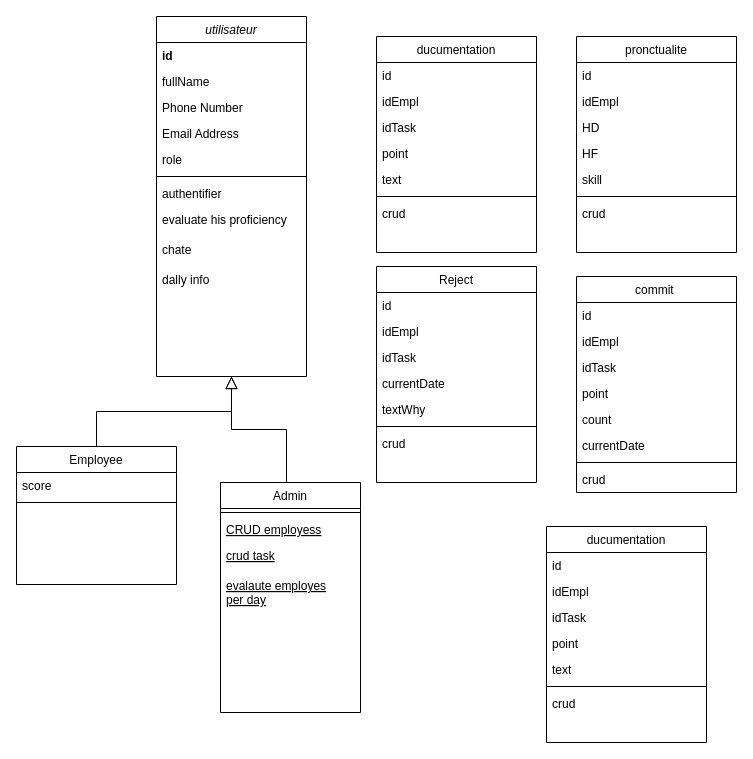
Neamitest/ex keeps this draw.io diagram as Diagramme sans nom.drawio. Above is the earlier version. Source tidied: cells renumbered, new cells numbered last; positions are measured from the earlier drawing's top-left corner, leaving out a move shared by most shapes. Both pictures are drawn from the tidied source at 100%, with x=0, y=0 at pixel (16, 16).
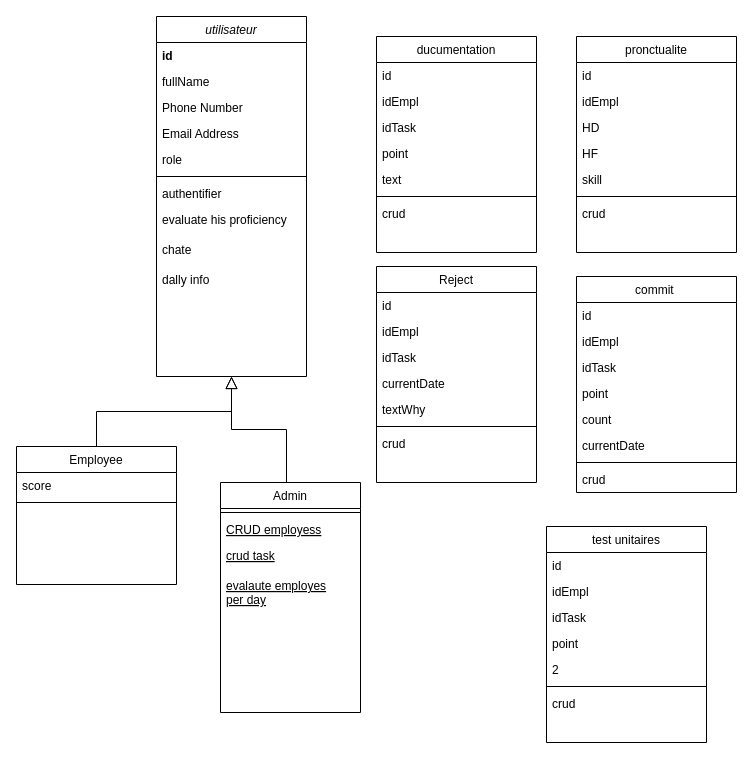
Above is the later version.

Commit message (it also covers changes not shown here):
Mettre à jour Diagramme sans nom.drawio

Change to the diagram source:
```diff
@@
-    <mxCell id="31" value="ducumentation" style="swimlane;fontStyle=0;align=center;verticalAlign=top;horizontal=1;startSize=26;rounded=0;shadow=0;strokeWidth=1;" parent="1" vertex="1">
+    <mxCell id="31" value="test unitaires" style="swimlane;fontStyle=0;align=center;verticalAlign=top;horizontal=1;startSize=26;rounded=0;shadow=0;strokeWidth=1;" parent="1" vertex="1">
       <mxGeometry x="530" y="510" width="160" height="216" as="geometry" />
     </mxCell>
@@
-    <mxCell id="36" value="text" style="text;align=left;verticalAlign=top;spacingLeft=4;spacingRight=4;overflow=hidden;rounded=0;shadow=0;html=0;" parent="31" vertex="1">
+    <mxCell id="36" value="2" style="text;align=left;verticalAlign=top;spacingLeft=4;spacingRight=4;overflow=hidden;rounded=0;shadow=0;html=0;" parent="31" vertex="1">
       <mxGeometry y="130" width="160" height="26" as="geometry" />
     </mxCell>
```
